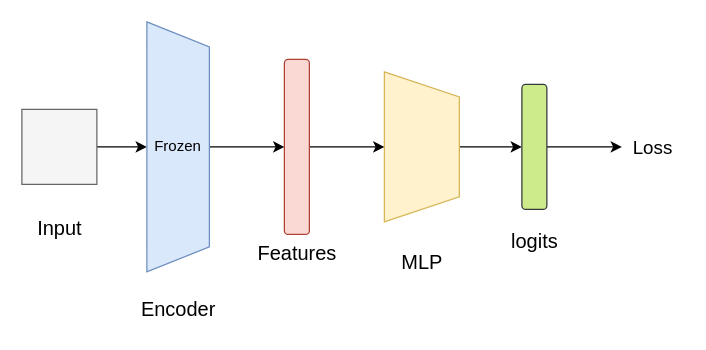
Above: test.drawio in infiniteaim/Repository-from-Anonus (draw.io), before the change. Source tidied: cells renumbered, new cells numbered last; positions are measured from the earlier drawing's top-left corner, leaving out a move shared by most shapes. Both pictures are drawn from the tidied source at 125%, with x=0, y=0 at pixel (21, 21).
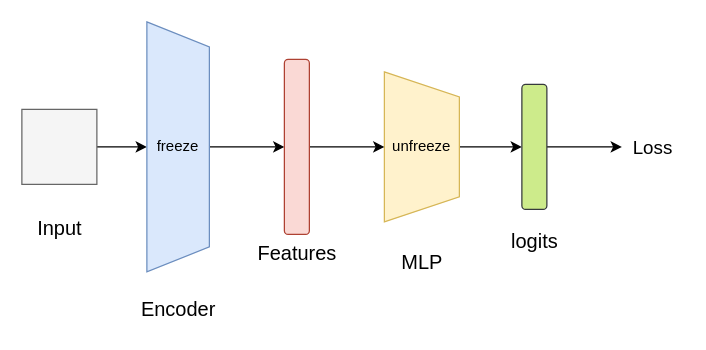
Above is the later version.

Diff of the diagram source:
```diff
@@
 <mxGraphModel>
   <root>
     <mxCell id="0" />
     <mxCell id="1" parent="0" />
     <mxCell id="2" style="edgeStyle=orthogonalEdgeStyle;rounded=0;jettySize=auto;html=1;entryX=0.5;entryY=1;entryDx=0;entryDy=0;" parent="1" edge="1" source="3" target="6">
       <mxGeometry relative="1" as="geometry" />
     </mxCell>
     <mxCell id="3" style="rounded=0;whiteSpace=wrap;html=1;fillColor=#f5f5f5;fontColor=#333333;strokeColor=#666666;" parent="1" vertex="1">
       <mxGeometry y="70" width="60" height="60" as="geometry" />
     </mxCell>
     <mxCell id="4" value="&lt;font style=&quot;font-size: 16px;&quot;&gt;Input&lt;/font&gt;" style="text;html=1;align=center;verticalAlign=middle;strokeColor=none;fillColor=none;" parent="1" vertex="1">
       <mxGeometry y="150" width="60" height="30" as="geometry" />
     </mxCell>
     <mxCell id="5" style="edgeStyle=orthogonalEdgeStyle;rounded=0;jettySize=auto;html=1;entryX=0;entryY=0.5;entryDx=0;entryDy=0;" parent="1" edge="1" source="6" target="13">
       <mxGeometry relative="1" as="geometry" />
     </mxCell>
-    <mxCell id="6" value="Frozen" style="shape=trapezoid;perimeter=trapezoidPerimeter;whiteSpace=wrap;html=1;fixedSize=1;direction=south;fillColor=#dae8fc;strokeColor=#6c8ebf;" parent="1" vertex="1">
+    <mxCell id="6" value="freeze" style="shape=trapezoid;perimeter=trapezoidPerimeter;whiteSpace=wrap;html=1;fixedSize=1;direction=south;fillColor=#dae8fc;strokeColor=#6c8ebf;" parent="1" vertex="1">
       <mxGeometry x="100" width="50" height="200" as="geometry" />
     </mxCell>
     <mxCell id="7" style="edgeStyle=orthogonalEdgeStyle;rounded=0;jettySize=auto;html=1;entryX=0;entryY=0.5;entryDx=0;entryDy=0;" parent="1" edge="1" source="8" target="15">
       <mxGeometry relative="1" as="geometry" />
     </mxCell>
-    <mxCell id="8" style="shape=trapezoid;perimeter=trapezoidPerimeter;whiteSpace=wrap;html=1;fixedSize=1;direction=south;fillColor=#fff2cc;strokeColor=#d6b656;" parent="1" vertex="1">
+    <mxCell id="8" value="unfreeze" style="shape=trapezoid;perimeter=trapezoidPerimeter;whiteSpace=wrap;html=1;fixedSize=1;direction=south;fillColor=#fff2cc;strokeColor=#d6b656;" parent="1" vertex="1">
       <mxGeometry x="290" y="40" width="60" height="120" as="geometry" />
     </mxCell>
     <mxCell id="9" style="edgeStyle=orthogonalEdgeStyle;rounded=0;jettySize=auto;html=1;exitX=1;exitY=0.5;exitDx=0;exitDy=0;entryX=0;entryY=0.5;entryDx=0;entryDy=0;" parent="1" edge="1" source="15" target="17">
       <mxGeometry relative="1" as="geometry" />
     </mxCell>
     <mxCell id="10" value="&lt;font style=&quot;font-size: 16px;&quot;&gt;Encoder&lt;/font&gt;" style="text;html=1;align=center;verticalAlign=middle;strokeColor=none;fillColor=none;" parent="1" vertex="1">
       <mxGeometry x="85" y="215" width="80" height="30" as="geometry" />
     </mxCell>
     <mxCell id="11" value="&lt;font style=&quot;font-size: 16px;&quot;&gt;MLP&lt;/font&gt;" style="text;html=1;align=center;verticalAlign=middle;strokeColor=none;fillColor=none;" parent="1" vertex="1">
       <mxGeometry x="290" y="177" width="60" height="30" as="geometry" />
     </mxCell>
     <mxCell id="12" style="edgeStyle=orthogonalEdgeStyle;rounded=0;jettySize=auto;html=1;entryX=0.5;entryY=1;entryDx=0;entryDy=0;" parent="1" edge="1" source="13" target="8">
       <mxGeometry relative="1" as="geometry" />
     </mxCell>
     <mxCell id="13" style="rounded=1;whiteSpace=wrap;html=1;fillColor=#fad9d5;strokeColor=#ae4132;" parent="1" vertex="1">
       <mxGeometry x="210" y="30" width="20" height="140" as="geometry" />
     </mxCell>
     <mxCell id="14" value="&lt;font style=&quot;font-size: 16px;&quot;&gt;Features&lt;/font&gt;" style="text;html=1;align=center;verticalAlign=middle;strokeColor=none;fillColor=none;" parent="1" vertex="1">
       <mxGeometry x="175" y="170" width="90" height="30" as="geometry" />
     </mxCell>
     <mxCell id="15" style="rounded=1;whiteSpace=wrap;html=1;fillColor=#cdeb8b;strokeColor=#36393d;" parent="1" vertex="1">
       <mxGeometry x="400" y="50" width="20" height="100" as="geometry" />
     </mxCell>
     <mxCell id="16" value="&lt;span style=&quot;font-size: 16px;&quot;&gt;logits&lt;/span&gt;" style="text;html=1;align=center;verticalAlign=middle;strokeColor=none;fillColor=none;" parent="1" vertex="1">
       <mxGeometry x="380" y="160" width="60" height="30" as="geometry" />
     </mxCell>
     <mxCell id="17" value="&lt;font style=&quot;font-size: 15px;&quot;&gt;Loss&lt;/font&gt;" style="text;html=1;align=center;verticalAlign=middle;whiteSpace=wrap;rounded=0;" parent="1" vertex="1">
       <mxGeometry x="480" y="85" width="50" height="30" as="geometry" />
     </mxCell>
   </root>
 </mxGraphModel>
```
